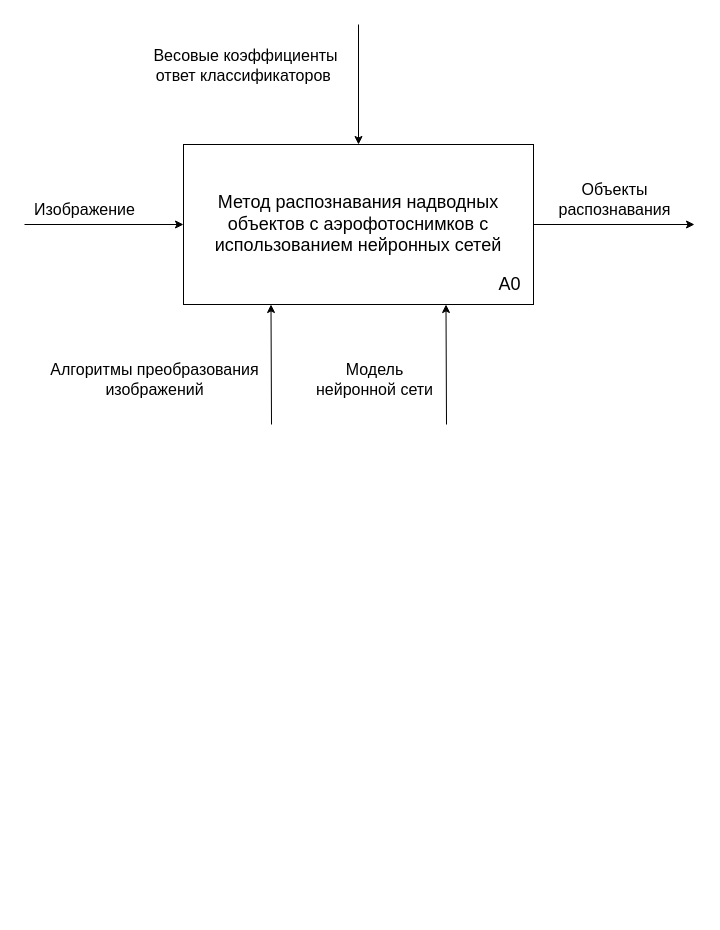
This is page "method" (12 of 14) of docs/drawio/research-schemas.drawio from migregal/bmstu-iu7-thesis, a draw.io file, before an edit. Source tidied: cells renumbered, new cells numbered last; positions are measured from the earlier drawing's top-left corner, leaving out a move shared by most shapes. Both pictures are drawn from the tidied source at 100%, with x=0, y=0 at pixel (19, 24).
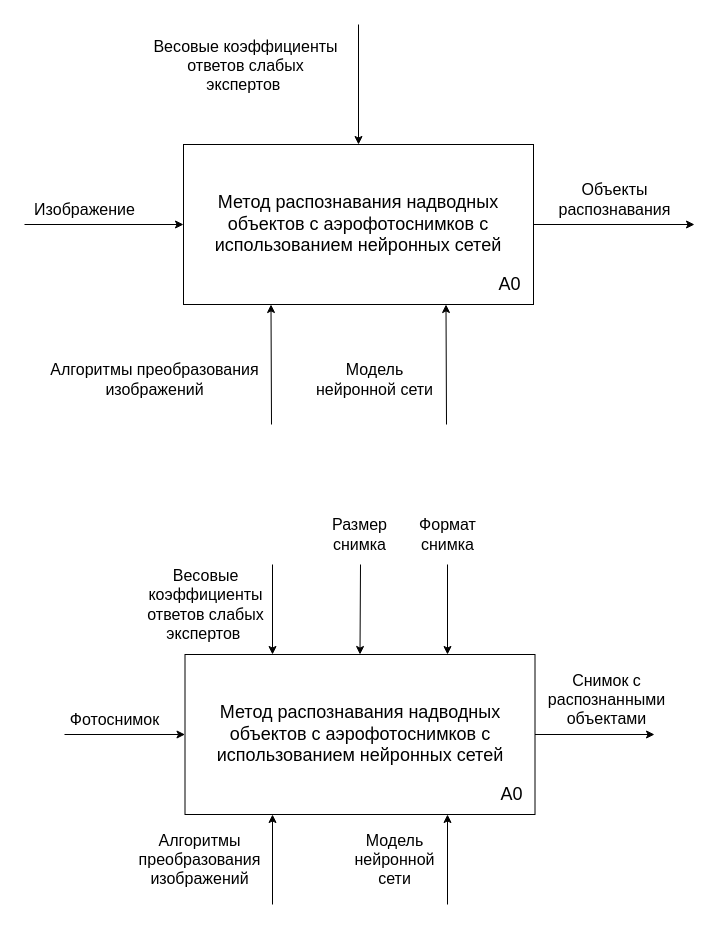
After the change.

Unchanged cells that the change refers to:
```xml
<mxCell id="6" style="endArrow=classic;html=1;rounded=0;entryX=0.5;entryY=0;entryDx=0;entryDy=0;" parent="1" edge="1" target="2">
  <mxGeometry relative="1" as="geometry">
    <mxPoint x="339" as="sourcePoint" />
  </mxGeometry>
</mxCell>
```

The edit, as a diff of the source:
```diff
@@
-    <mxCell id="7" value="Весовые коэффициенты&lt;br&gt;ответ классификаторов&amp;nbsp;" style="edgeLabel;html=1;align=center;verticalAlign=middle;fontSize=16;labelBackgroundColor=none;" parent="6" vertex="1">
+    <mxCell id="7" value="Весовые коэффициенты&lt;br&gt;ответов слабых&lt;br&gt;экспертов&amp;nbsp;" style="edgeLabel;html=1;align=center;verticalAlign=middle;fontSize=16;labelBackgroundColor=none;" parent="6" vertex="1">
       <mxGeometry x="-0.27" y="3" relative="1" as="geometry">
         <mxPoint x="-117" y="-4" as="offset" />
       </mxGeometry>
     </mxCell>
@@
+    <mxCell id="14" value="&lt;font style=&quot;font-size: 18px;&quot;&gt;Метод распознавания надводных&lt;br&gt;объектов с аэрофотоснимков с&lt;br&gt;использованием нейронных сетей&lt;/font&gt;" style="rounded=0;whiteSpace=wrap;html=1;" parent="1" vertex="1">
+      <mxGeometry x="165.5" y="630" width="350" height="160" as="geometry" />
+    </mxCell>
+    <mxCell id="15" value="A0" style="text;html=1;align=center;verticalAlign=middle;strokeColor=none;fillColor=none;fontSize=18;" parent="1" vertex="1">
+      <mxGeometry x="466.5" y="750" width="50" height="40" as="geometry" />
+    </mxCell>
+    <mxCell id="16" style="endArrow=classic;html=1;rounded=0;entryX=0;entryY=0.5;entryDx=0;entryDy=0;" parent="1" edge="1" target="14">
+      <mxGeometry relative="1" as="geometry">
+        <mxPoint x="45" y="710" as="sourcePoint" />
+      </mxGeometry>
+    </mxCell>
+    <mxCell id="17" style="endArrow=classic;html=1;rounded=0;entryX=0.25;entryY=1;entryDx=0;entryDy=0;" parent="1" edge="1" target="14">
+      <mxGeometry relative="1" as="geometry">
+        <mxPoint x="253" y="880" as="sourcePoint" />
+      </mxGeometry>
+    </mxCell>
+    <mxCell id="18" style="endArrow=classic;html=1;rounded=0;entryX=0.25;entryY=0;entryDx=0;entryDy=0;" parent="1" edge="1" target="14">
+      <mxGeometry relative="1" as="geometry">
+        <mxPoint x="253" y="540" as="sourcePoint" />
+      </mxGeometry>
+    </mxCell>
+    <mxCell id="19" value="Весовые&lt;br&gt;коэффициенты&lt;br&gt;ответов слабых&lt;br&gt;экспертов&amp;nbsp;" style="edgeLabel;html=1;align=center;verticalAlign=middle;fontSize=16;labelBackgroundColor=none;" parent="18" vertex="1">
+      <mxGeometry x="-0.27" y="3" relative="1" as="geometry">
+        <mxPoint x="-71" y="6" as="offset" />
+      </mxGeometry>
+    </mxCell>
+    <mxCell id="20" style="endArrow=classic;html=1;rounded=0;exitX=1;exitY=0.5;exitDx=0;exitDy=0;" parent="1" edge="1" source="14">
+      <mxGeometry relative="1" as="geometry">
+        <mxPoint x="635" y="710" as="targetPoint" />
+      </mxGeometry>
+    </mxCell>
+    <mxCell id="21" value="Алгоритмы&lt;br&gt;преобразования &lt;br style=&quot;font-size: 16px;&quot;&gt;изображений" style="text;html=1;align=center;verticalAlign=middle;strokeColor=none;fillColor=none;fontSize=16;" parent="1" vertex="1">
+      <mxGeometry x="105" y="800" width="150" height="70" as="geometry" />
+    </mxCell>
+    <mxCell id="22" value="Фотоснимок" style="text;html=1;align=center;verticalAlign=middle;strokeColor=none;fillColor=none;fontSize=16;" parent="1" vertex="1">
+      <mxGeometry x="35" y="680" width="120" height="30" as="geometry" />
+    </mxCell>
+    <mxCell id="23" value="Снимок с &lt;br&gt;распознанными &lt;br&gt;объектами" style="text;html=1;align=center;verticalAlign=middle;strokeColor=none;fillColor=none;fontSize=16;" parent="1" vertex="1">
+      <mxGeometry x="516.5" y="640" width="140" height="70" as="geometry" />
+    </mxCell>
+    <mxCell id="24" style="endArrow=classic;html=1;rounded=0;entryX=0.75;entryY=1;entryDx=0;entryDy=0;" parent="1" edge="1" target="14">
+      <mxGeometry relative="1" as="geometry">
+        <mxPoint x="428" y="880" as="sourcePoint" />
+      </mxGeometry>
+    </mxCell>
+    <mxCell id="25" value="Модель &lt;br&gt;нейронной&lt;br&gt;сети" style="text;html=1;align=center;verticalAlign=middle;strokeColor=none;fillColor=none;fontSize=16;" parent="1" vertex="1">
+      <mxGeometry x="325" y="800" width="100" height="70" as="geometry" />
+    </mxCell>
+    <mxCell id="26" style="endArrow=classic;html=1;rounded=0;entryX=0.5;entryY=0;entryDx=0;entryDy=0;" parent="1" edge="1" target="14">
+      <mxGeometry relative="1" as="geometry">
+        <mxPoint x="341" y="540" as="sourcePoint" />
+      </mxGeometry>
+    </mxCell>
+    <mxCell id="27" value="Размер &lt;br&gt;снимка" style="edgeLabel;html=1;align=center;verticalAlign=middle;fontSize=16;labelBackgroundColor=none;" parent="26" vertex="1">
+      <mxGeometry x="-0.27" y="3" relative="1" as="geometry">
+        <mxPoint x="-4" y="-64" as="offset" />
+      </mxGeometry>
+    </mxCell>
+    <mxCell id="28" style="endArrow=classic;html=1;rounded=0;entryX=0.75;entryY=0;entryDx=0;entryDy=0;" parent="1" edge="1" target="14">
+      <mxGeometry relative="1" as="geometry">
+        <mxPoint x="428" y="540" as="sourcePoint" />
+      </mxGeometry>
+    </mxCell>
+    <mxCell id="29" value="Формат&lt;br&gt;снимка" style="edgeLabel;html=1;align=center;verticalAlign=middle;fontSize=16;labelBackgroundColor=none;" parent="28" vertex="1">
+      <mxGeometry x="-0.27" y="3" relative="1" as="geometry">
+        <mxPoint x="-4" y="-64" as="offset" />
+      </mxGeometry>
+    </mxCell>
```
